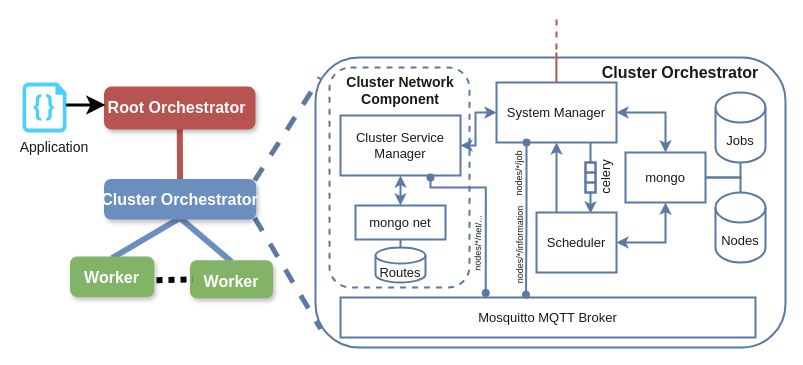
This is content/docs/concepts/arch-cluster.drawio from nitindermohan/oak-new-docs, a draw.io file, before an edit. Source tidied: cells renumbered, new cells numbered last; positions are measured from the earlier drawing's top-left corner, leaving out a move shared by most shapes. Both pictures are drawn from the tidied source at 100%, with x=0, y=0 at pixel (17, 18).
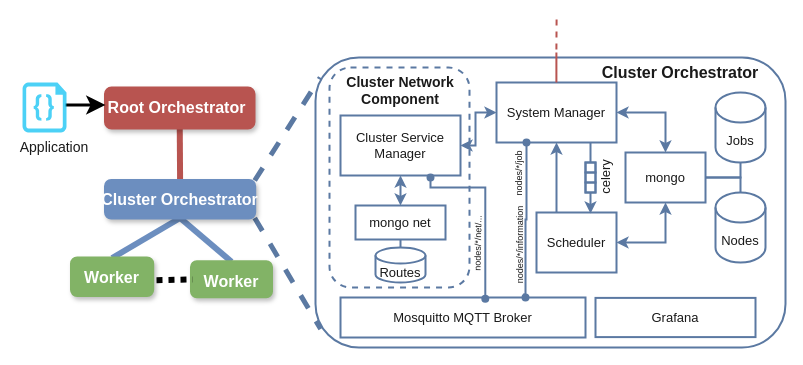
Above is the later version.

The change refers to these unchanged cells:
```xml
<mxCell id="5" value="System Manager" style="rounded=0;whiteSpace=wrap;html=1;strokeColor=#5b79a2;fontColor=#1A1A1A;fillColor=none;strokeWidth=2;fontFamily=CMU Sans Serif;fontSize=13;" parent="1" vertex="1">
  <mxGeometry x="479" y="64" width="120" height="60" as="geometry" />
</mxCell>
```

What changed in the source:
```diff
@@
-    <mxCell id="4" style="edgeStyle=orthogonalEdgeStyle;rounded=0;jettySize=auto;html=1;exitX=0.25;exitY=1;exitDx=0;exitDy=0;entryX=0.447;entryY=-0.071;entryDx=0;entryDy=0;entryPerimeter=0;fontSize=13;startArrow=oval;startFill=1;endArrow=oval;endFill=1;strokeColor=#5b79a2;fontColor=#1A1A1A;strokeWidth=2;fontFamily=CMU Sans Serif;" parent="1" edge="1" source="5" target="25">
-      <mxGeometry relative="1" as="geometry" />
+    <mxCell id="4" style="edgeStyle=orthogonalEdgeStyle;rounded=0;jettySize=auto;html=1;exitX=0.25;exitY=1;exitDx=0;exitDy=0;fontSize=13;startArrow=oval;startFill=1;endArrow=oval;endFill=1;strokeColor=#5b79a2;fontColor=#1A1A1A;strokeWidth=2;fontFamily=CMU Sans Serif;" parent="1" edge="1" source="5">
+      <mxGeometry relative="1" as="geometry">
+        <mxPoint x="508" y="279" as="targetPoint" />
+        <Array as="points">
+          <mxPoint x="509" y="201" />
+          <mxPoint x="508" y="201" />
+          <mxPoint x="508" y="276" />
+          <mxPoint x="507" y="276" />
+          <mxPoint x="507" y="279" />
+        </Array>
+      </mxGeometry>
     </mxCell>
@@
-    <mxCell id="12" style="edgeStyle=orthogonalEdgeStyle;rounded=0;jettySize=auto;html=1;fontSize=13;startArrow=oval;startFill=1;endArrow=oval;endFill=1;entryX=0.35;entryY=-0.113;entryDx=0;entryDy=0;entryPerimeter=0;strokeColor=#5b79a2;fontColor=#1A1A1A;strokeWidth=2;fontFamily=CMU Sans Serif;" parent="1" edge="1" target="25">
+    <mxCell id="12" style="edgeStyle=orthogonalEdgeStyle;rounded=0;jettySize=auto;html=1;fontSize=13;startArrow=oval;startFill=1;endArrow=oval;endFill=1;entryX=0.591;entryY=0.029;entryDx=0;entryDy=0;strokeColor=#5b79a2;fontColor=#1A1A1A;strokeWidth=2;fontFamily=CMU Sans Serif;entryPerimeter=0;" parent="1" edge="1" target="25">
       <mxGeometry relative="1" as="geometry">
         <mxPoint x="413" y="159" as="sourcePoint" />
         <Array as="points">
           <mxPoint x="413" y="169" />
           <mxPoint x="468" y="169" />
         </Array>
       </mxGeometry>
     </mxCell>
@@
     <mxCell id="25" value="Mosquitto MQTT Broker" style="rounded=0;whiteSpace=wrap;html=1;fontSize=13;strokeColor=#5b79a2;fontColor=#1A1A1A;fillColor=none;strokeWidth=2;fontFamily=CMU Sans Serif;" parent="1" vertex="1">
-      <mxGeometry x="323" y="279" width="415" height="40" as="geometry" />
+      <mxGeometry x="323" y="279" width="245" height="40" as="geometry" />
     </mxCell>
@@
+    <mxCell id="55" value="Grafana" style="rounded=0;whiteSpace=wrap;html=1;strokeColor=#5b79a2;fontColor=#1A1A1A;fillColor=none;strokeWidth=2;fontFamily=CMU Sans Serif;fontSize=13;" parent="1" vertex="1">
+      <mxGeometry x="578" y="279.4" width="160" height="39.2" as="geometry" />
+    </mxCell>
```
